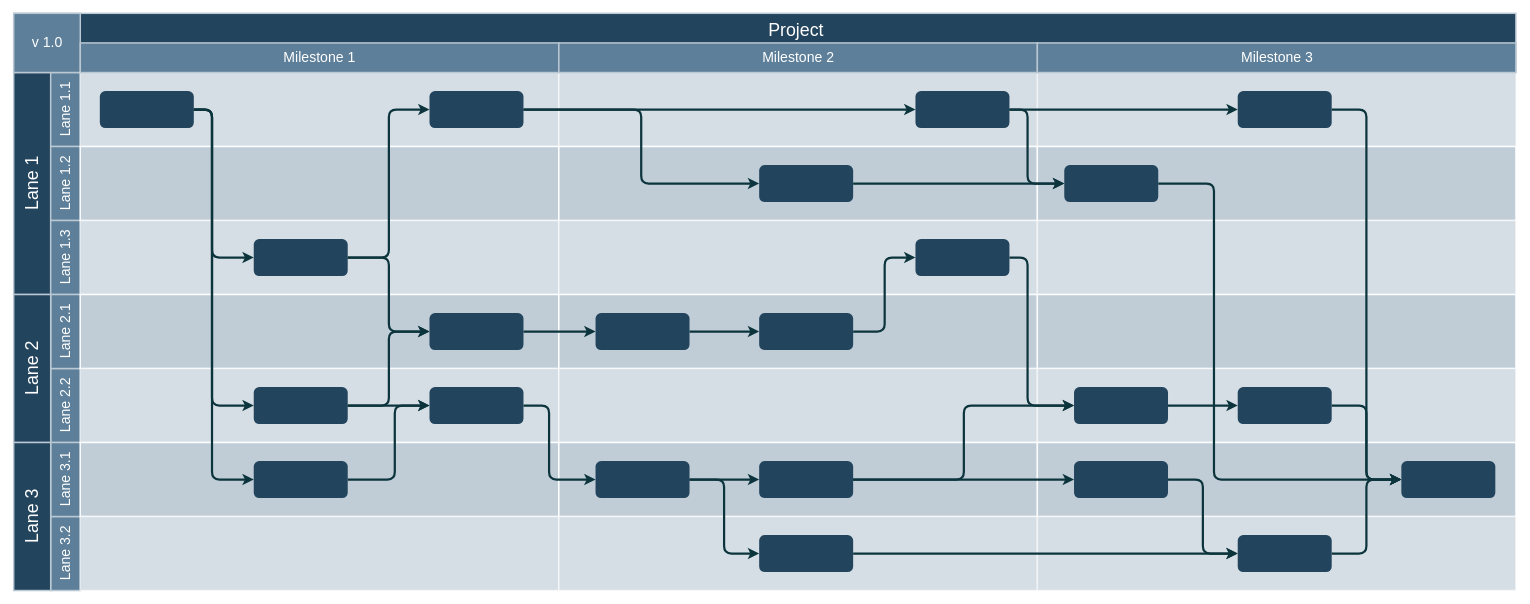
The draw.io diagram studies/Experiment.drawio in MasqueradeOfSilence/MasqueradeOfSilence, before the edit. Source tidied: cells renumbered, new cells numbered last; positions are measured from the earlier drawing's top-left corner, leaving out a move shared by most shapes. Both pictures are drawn from the tidied source at 74%, with x=0, y=0 at pixel (13, 13).
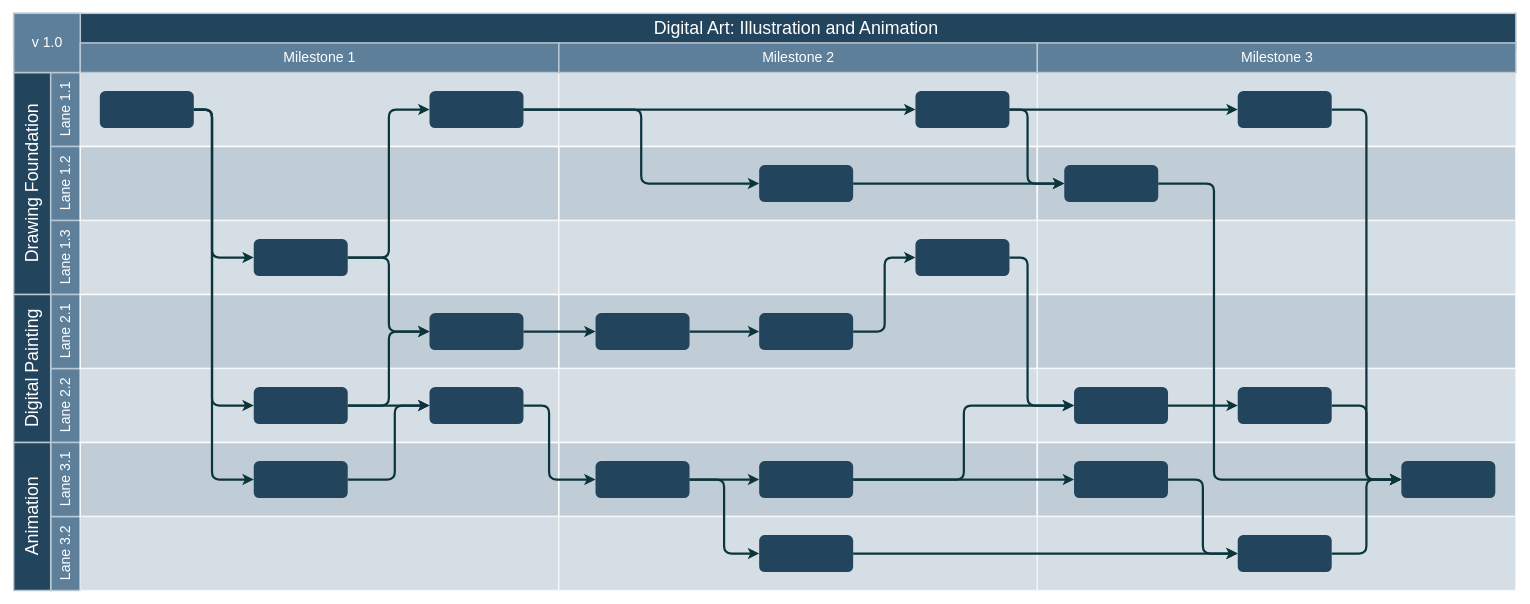
The same diagram, later.

Diff of the diagram source:
```diff
@@
-    <mxCell id="2" value="Project&#10;" style="strokeColor=#BAC8D3;fillColor=#23445D;fontSize=24;strokeWidth=2;fontFamily=Helvetica;html=1;fontColor=#FFFFFF;fontStyle=0;spacingBottom=8;spacingRight=0;spacingLeft=83;" parent="1" vertex="1">
-      <mxGeometry y="0.5" width="2030" height="80" as="geometry" />
+    <mxCell id="2" value="Digital Art: Illustration and Animation" style="strokeColor=#BAC8D3;fillColor=#23445D;fontSize=24;strokeWidth=2;fontFamily=Helvetica;html=1;fontColor=#FFFFFF;fontStyle=0;spacingBottom=8;spacingRight=0;spacingLeft=83;" parent="1" vertex="1">
+      <mxGeometry y="0.5" width="2030" height="49.5" as="geometry" />
     </mxCell>
-    <mxCell id="3" value="Lane 1" style="strokeColor=#BAC8D3;fillColor=#23445D;fontSize=24;strokeWidth=2;horizontal=0;fontFamily=Helvetica;html=1;fontColor=#FFFFFF;fontStyle=0;" parent="1" vertex="1">
+    <mxCell id="3" value="Drawing Foundation" style="strokeColor=#BAC8D3;fillColor=#23445D;fontSize=24;strokeWidth=2;horizontal=0;fontFamily=Helvetica;html=1;fontColor=#FFFFFF;fontStyle=0;" parent="1" vertex="1">
       <mxGeometry y="80.5" width="50" height="300" as="geometry" />
     </mxCell>
@@
-    <mxCell id="10" value="Lane 2" style="strokeColor=#BAC8D3;fillColor=#23445D;fontSize=24;strokeWidth=2;horizontal=0;fontFamily=Helvetica;html=1;fontColor=#FFFFFF;fontStyle=0;" parent="1" vertex="1">
+    <mxCell id="10" value="Digital Painting" style="strokeColor=#BAC8D3;fillColor=#23445D;fontSize=24;strokeWidth=2;horizontal=0;fontFamily=Helvetica;html=1;fontColor=#FFFFFF;fontStyle=0;" parent="1" vertex="1">
       <mxGeometry y="380.5" width="50" height="200" as="geometry" />
     </mxCell>
@@
-    <mxCell id="13" value="Lane 3" style="strokeColor=#BAC8D3;fillColor=#23445D;fontSize=24;strokeWidth=2;horizontal=0;fontFamily=Helvetica;html=1;fontColor=#FFFFFF;fontStyle=0;" parent="1" vertex="1">
+    <mxCell id="13" value="Animation" style="strokeColor=#BAC8D3;fillColor=#23445D;fontSize=24;strokeWidth=2;horizontal=0;fontFamily=Helvetica;html=1;fontColor=#FFFFFF;fontStyle=0;" parent="1" vertex="1">
       <mxGeometry y="580.5" width="50" height="200" as="geometry" />
     </mxCell>
```
